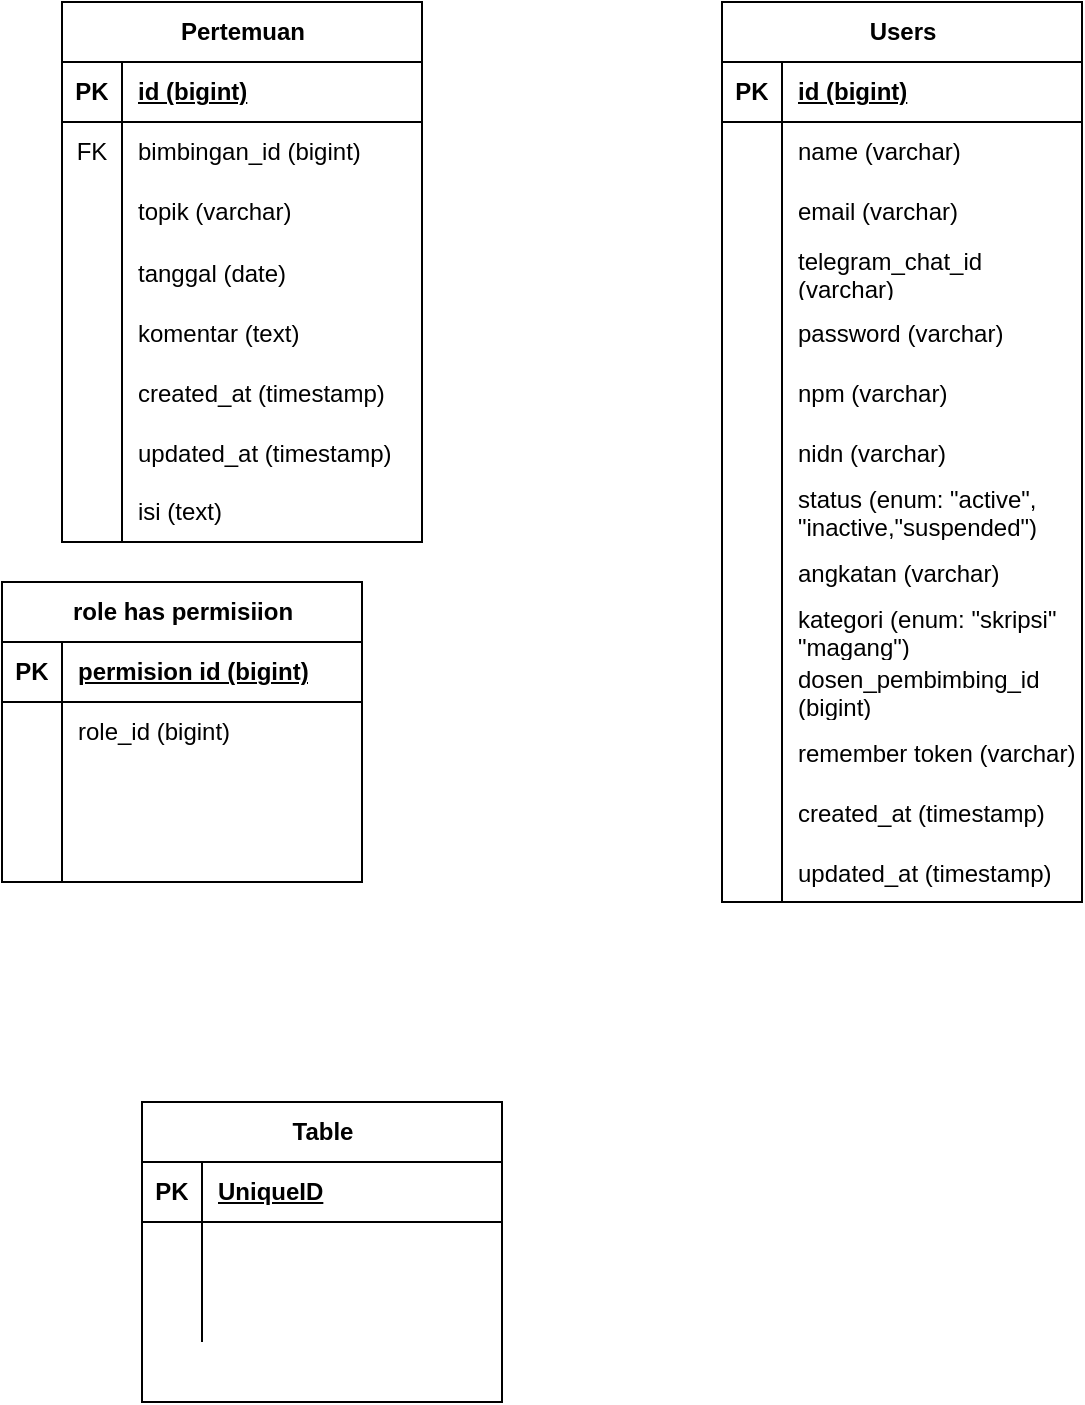
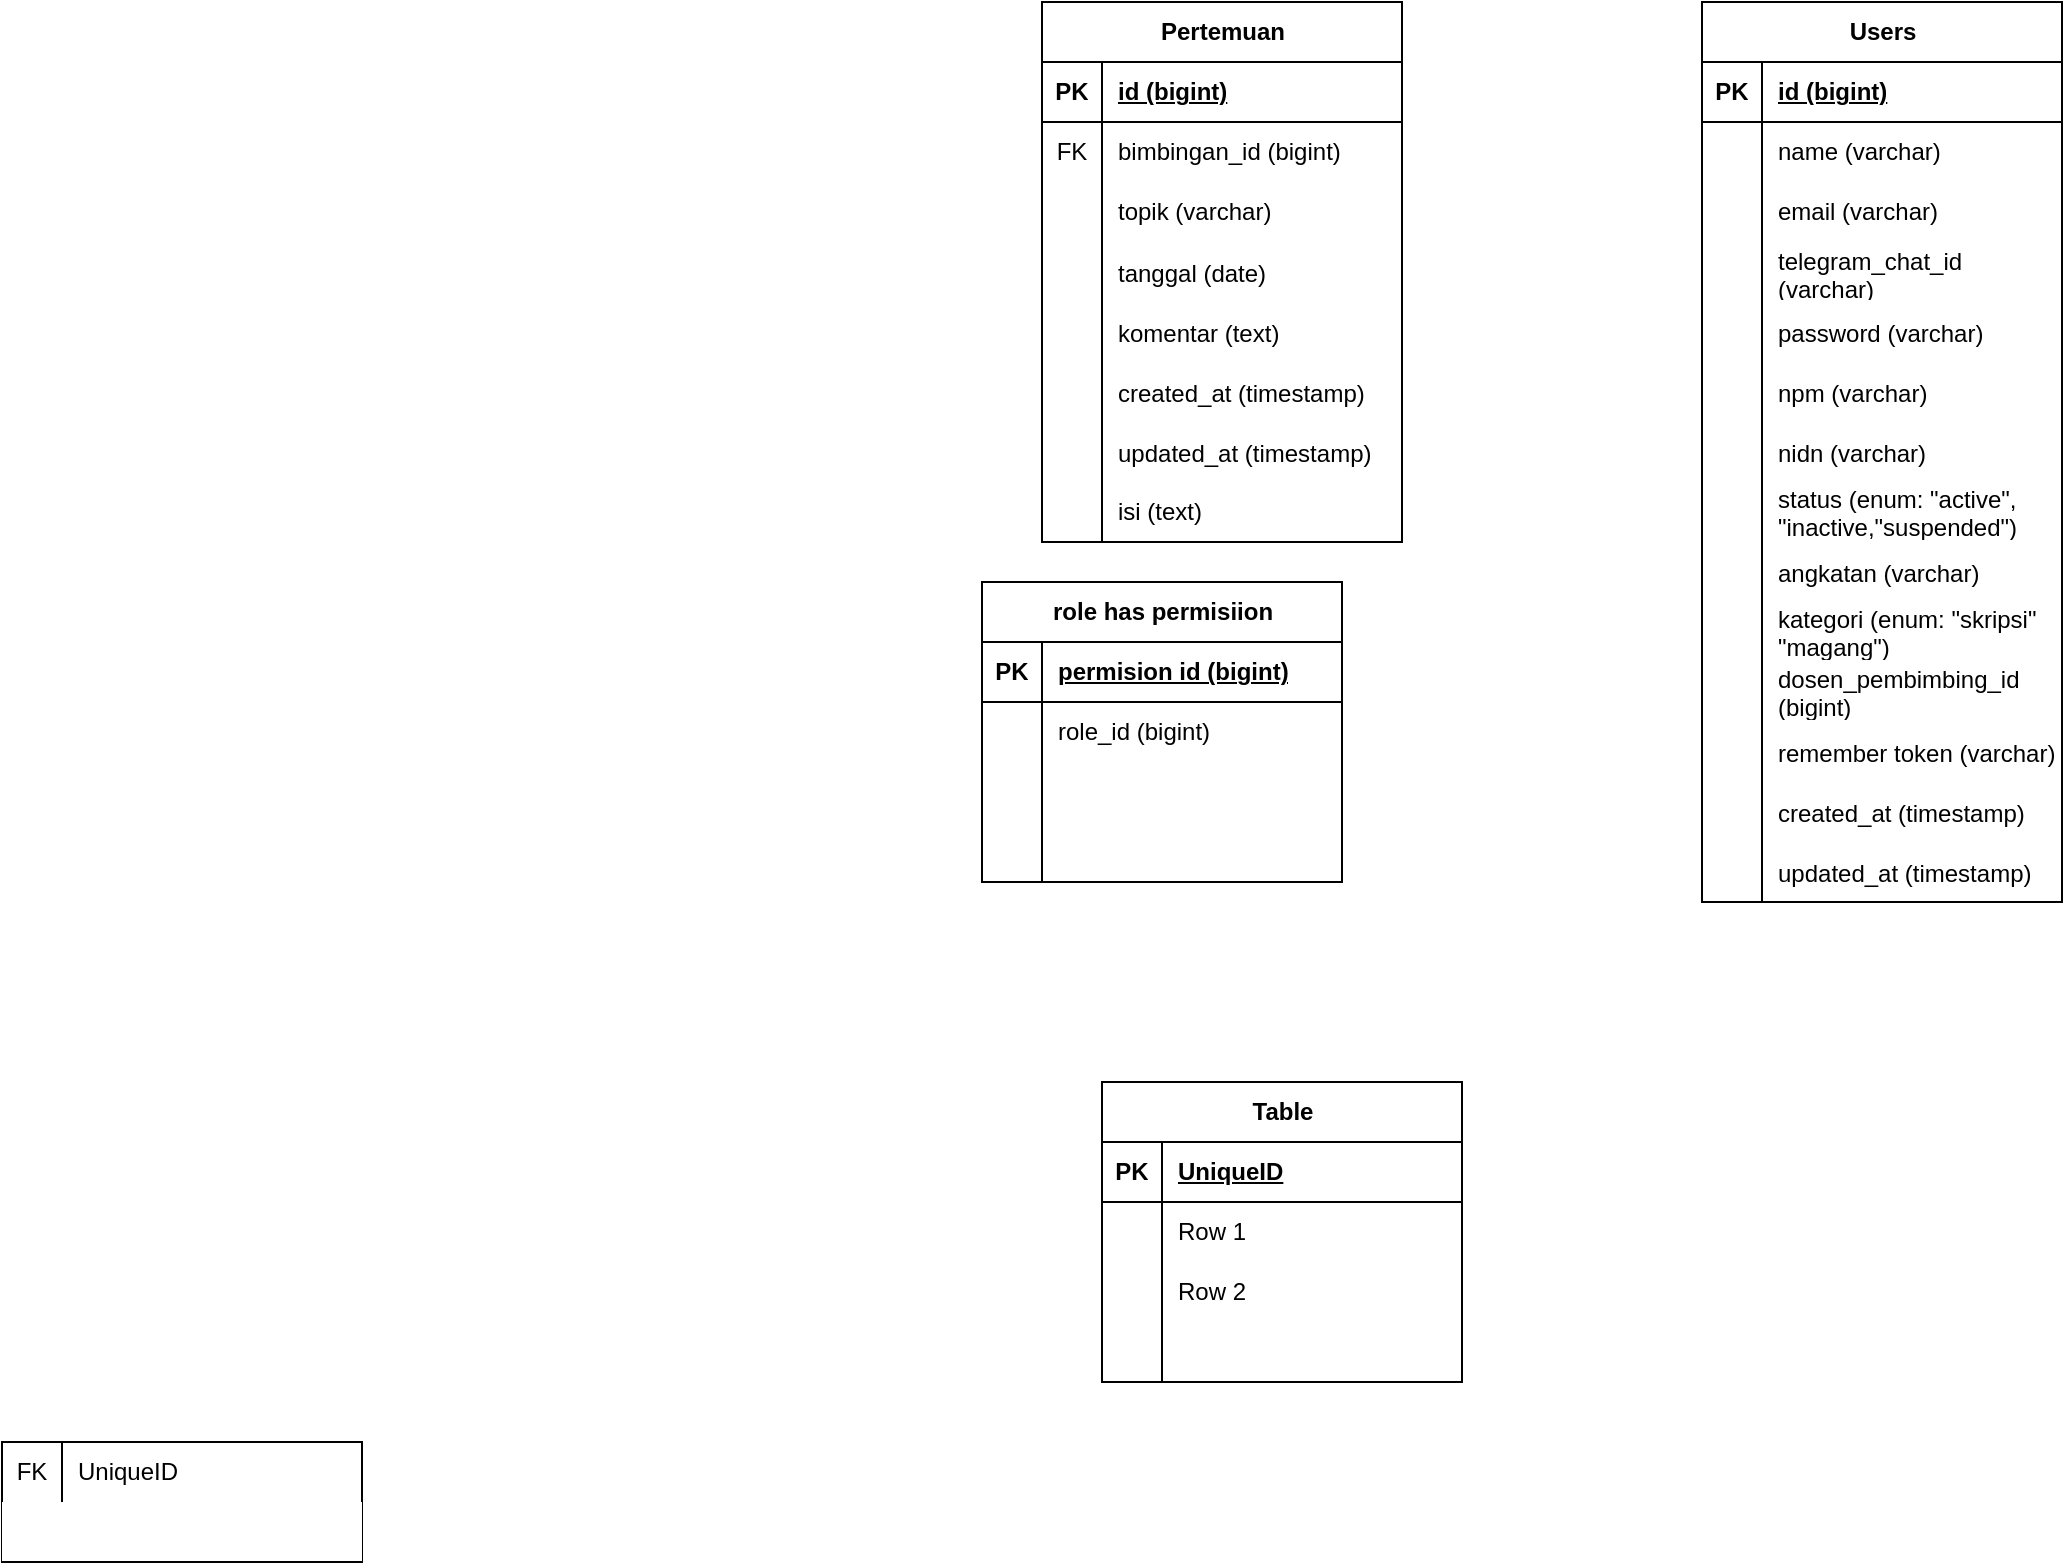
<mxfile host="app.diagrams.net" agent="5.0 (Windows NT 10.0; Win64; x64) AppleWebKit/537.36 (KHTML, like Gecko) Chrome/90.0.4430.212 Safari/537.36">
  <diagram name="Page-1" id="efa7a0a1-bf9b-a30e-e6df-94a7791c09e9">
-     <mxGraphModel dx="34" dy="412" grid="1" gridSize="10" guides="1" tooltips="1" connect="1" arrows="1" fold="1" page="1" pageScale="1" pageWidth="826" pageHeight="1169" background="none" math="0" shadow="0">
+     <mxGraphModel dx="2150" dy="1030" grid="1" gridSize="10" guides="1" tooltips="1" connect="1" arrows="1" fold="1" page="1" pageScale="1" pageWidth="826" pageHeight="1169" background="none" math="0" shadow="0">
      <root>
        <mxCell id="0" />
        <mxCell id="1" parent="0" />
        <mxCell id="91b5o-WArCg-NLdb8GTM-14" parent="1" style="shape=table;startSize=30;container=1;collapsible=1;childLayout=tableLayout;fixedRows=1;rowLines=0;fontStyle=1;align=center;resizeLast=1;html=1;" value="Users" vertex="1">
          <mxGeometry height="450" width="180" x="1380" y="110" as="geometry" />
        </mxCell>
        <mxCell id="91b5o-WArCg-NLdb8GTM-15" parent="91b5o-WArCg-NLdb8GTM-14" style="shape=tableRow;horizontal=0;startSize=0;swimlaneHead=0;swimlaneBody=0;fillColor=none;collapsible=0;dropTarget=0;points=[[0,0.5],[1,0.5]];portConstraint=eastwest;top=0;left=0;right=0;bottom=1;" value="" vertex="1">
          <mxGeometry height="30" width="180" y="30" as="geometry" />
        </mxCell>
        <mxCell id="91b5o-WArCg-NLdb8GTM-16" parent="91b5o-WArCg-NLdb8GTM-15" style="shape=partialRectangle;connectable=0;fillColor=none;top=0;left=0;bottom=0;right=0;fontStyle=1;overflow=hidden;whiteSpace=wrap;html=1;" value="PK" vertex="1">
          <mxGeometry height="30" width="30" as="geometry">
            <mxRectangle height="30" width="30" as="alternateBounds" />
          </mxGeometry>
        </mxCell>
        <mxCell id="91b5o-WArCg-NLdb8GTM-17" parent="91b5o-WArCg-NLdb8GTM-15" style="shape=partialRectangle;connectable=0;fillColor=none;top=0;left=0;bottom=0;right=0;align=left;spacingLeft=6;fontStyle=5;overflow=hidden;whiteSpace=wrap;html=1;" value="id (bigint)" vertex="1">
          <mxGeometry height="30" width="150" x="30" as="geometry">
            <mxRectangle height="30" width="150" as="alternateBounds" />
          </mxGeometry>
        </mxCell>
        <mxCell id="91b5o-WArCg-NLdb8GTM-18" parent="91b5o-WArCg-NLdb8GTM-14" style="shape=tableRow;horizontal=0;startSize=0;swimlaneHead=0;swimlaneBody=0;fillColor=none;collapsible=0;dropTarget=0;points=[[0,0.5],[1,0.5]];portConstraint=eastwest;top=0;left=0;right=0;bottom=0;" value="" vertex="1">
          <mxGeometry height="30" width="180" y="60" as="geometry" />
        </mxCell>
        <mxCell id="91b5o-WArCg-NLdb8GTM-19" parent="91b5o-WArCg-NLdb8GTM-18" style="shape=partialRectangle;connectable=0;fillColor=none;top=0;left=0;bottom=0;right=0;editable=1;overflow=hidden;whiteSpace=wrap;html=1;" value="" vertex="1">
          <mxGeometry height="30" width="30" as="geometry">
            <mxRectangle height="30" width="30" as="alternateBounds" />
          </mxGeometry>
        </mxCell>
        <mxCell id="91b5o-WArCg-NLdb8GTM-20" parent="91b5o-WArCg-NLdb8GTM-18" style="shape=partialRectangle;connectable=0;fillColor=none;top=0;left=0;bottom=0;right=0;align=left;spacingLeft=6;overflow=hidden;whiteSpace=wrap;html=1;" value="name (varchar)" vertex="1">
          <mxGeometry height="30" width="150" x="30" as="geometry">
            <mxRectangle height="30" width="150" as="alternateBounds" />
          </mxGeometry>
        </mxCell>
        <mxCell id="91b5o-WArCg-NLdb8GTM-21" parent="91b5o-WArCg-NLdb8GTM-14" style="shape=tableRow;horizontal=0;startSize=0;swimlaneHead=0;swimlaneBody=0;fillColor=none;collapsible=0;dropTarget=0;points=[[0,0.5],[1,0.5]];portConstraint=eastwest;top=0;left=0;right=0;bottom=0;" value="" vertex="1">
          <mxGeometry height="30" width="180" y="90" as="geometry" />
        </mxCell>
        <mxCell id="91b5o-WArCg-NLdb8GTM-22" parent="91b5o-WArCg-NLdb8GTM-21" style="shape=partialRectangle;connectable=0;fillColor=none;top=0;left=0;bottom=0;right=0;editable=1;overflow=hidden;whiteSpace=wrap;html=1;" value="" vertex="1">
          <mxGeometry height="30" width="30" as="geometry">
            <mxRectangle height="30" width="30" as="alternateBounds" />
          </mxGeometry>
        </mxCell>
        <mxCell id="91b5o-WArCg-NLdb8GTM-23" parent="91b5o-WArCg-NLdb8GTM-21" style="shape=partialRectangle;connectable=0;fillColor=none;top=0;left=0;bottom=0;right=0;align=left;spacingLeft=6;overflow=hidden;whiteSpace=wrap;html=1;" value="email (varchar)" vertex="1">
          <mxGeometry height="30" width="150" x="30" as="geometry">
            <mxRectangle height="30" width="150" as="alternateBounds" />
          </mxGeometry>
        </mxCell>
        <mxCell id="91b5o-WArCg-NLdb8GTM-24" parent="91b5o-WArCg-NLdb8GTM-14" style="shape=tableRow;horizontal=0;startSize=0;swimlaneHead=0;swimlaneBody=0;fillColor=none;collapsible=0;dropTarget=0;points=[[0,0.5],[1,0.5]];portConstraint=eastwest;top=0;left=0;right=0;bottom=0;" value="" vertex="1">
          <mxGeometry height="30" width="180" y="120" as="geometry" />
        </mxCell>
        <mxCell id="91b5o-WArCg-NLdb8GTM-25" parent="91b5o-WArCg-NLdb8GTM-24" style="shape=partialRectangle;connectable=0;fillColor=none;top=0;left=0;bottom=0;right=0;editable=1;overflow=hidden;whiteSpace=wrap;html=1;" value="" vertex="1">
          <mxGeometry height="30" width="30" as="geometry">
            <mxRectangle height="30" width="30" as="alternateBounds" />
          </mxGeometry>
        </mxCell>
        <mxCell id="91b5o-WArCg-NLdb8GTM-26" parent="91b5o-WArCg-NLdb8GTM-24" style="shape=partialRectangle;connectable=0;fillColor=none;top=0;left=0;bottom=0;right=0;align=left;spacingLeft=6;overflow=hidden;whiteSpace=wrap;html=1;" value="telegram_chat_id (varchar)" vertex="1">
          <mxGeometry height="30" width="150" x="30" as="geometry">
            <mxRectangle height="30" width="150" as="alternateBounds" />
          </mxGeometry>
        </mxCell>
        <mxCell id="91b5o-WArCg-NLdb8GTM-48" parent="91b5o-WArCg-NLdb8GTM-14" style="shape=tableRow;horizontal=0;startSize=0;swimlaneHead=0;swimlaneBody=0;fillColor=none;collapsible=0;dropTarget=0;points=[[0,0.5],[1,0.5]];portConstraint=eastwest;top=0;left=0;right=0;bottom=0;" value="" vertex="1">
          <mxGeometry height="30" width="180" y="150" as="geometry" />
        </mxCell>
        <mxCell id="91b5o-WArCg-NLdb8GTM-49" parent="91b5o-WArCg-NLdb8GTM-48" style="shape=partialRectangle;connectable=0;fillColor=none;top=0;left=0;bottom=0;right=0;editable=1;overflow=hidden;" value="" vertex="1">
          <mxGeometry height="30" width="30" as="geometry">
            <mxRectangle height="30" width="30" as="alternateBounds" />
          </mxGeometry>
        </mxCell>
        <mxCell id="91b5o-WArCg-NLdb8GTM-50" parent="91b5o-WArCg-NLdb8GTM-48" style="shape=partialRectangle;connectable=0;fillColor=none;top=0;left=0;bottom=0;right=0;align=left;spacingLeft=6;overflow=hidden;" value="password (varchar)" vertex="1">
          <mxGeometry height="30" width="150" x="30" as="geometry">
            <mxRectangle height="30" width="150" as="alternateBounds" />
          </mxGeometry>
        </mxCell>
        <mxCell id="91b5o-WArCg-NLdb8GTM-51" parent="91b5o-WArCg-NLdb8GTM-14" style="shape=tableRow;horizontal=0;startSize=0;swimlaneHead=0;swimlaneBody=0;fillColor=none;collapsible=0;dropTarget=0;points=[[0,0.5],[1,0.5]];portConstraint=eastwest;top=0;left=0;right=0;bottom=0;" value="" vertex="1">
          <mxGeometry height="30" width="180" y="180" as="geometry" />
        </mxCell>
        <mxCell id="91b5o-WArCg-NLdb8GTM-52" parent="91b5o-WArCg-NLdb8GTM-51" style="shape=partialRectangle;connectable=0;fillColor=none;top=0;left=0;bottom=0;right=0;editable=1;overflow=hidden;" value="" vertex="1">
          <mxGeometry height="30" width="30" as="geometry">
            <mxRectangle height="30" width="30" as="alternateBounds" />
          </mxGeometry>
        </mxCell>
        <mxCell id="91b5o-WArCg-NLdb8GTM-53" parent="91b5o-WArCg-NLdb8GTM-51" style="shape=partialRectangle;connectable=0;fillColor=none;top=0;left=0;bottom=0;right=0;align=left;spacingLeft=6;overflow=hidden;" value="npm (varchar)" vertex="1">
          <mxGeometry height="30" width="150" x="30" as="geometry">
            <mxRectangle height="30" width="150" as="alternateBounds" />
          </mxGeometry>
        </mxCell>
        <mxCell id="91b5o-WArCg-NLdb8GTM-54" parent="91b5o-WArCg-NLdb8GTM-14" style="shape=tableRow;horizontal=0;startSize=0;swimlaneHead=0;swimlaneBody=0;fillColor=none;collapsible=0;dropTarget=0;points=[[0,0.5],[1,0.5]];portConstraint=eastwest;top=0;left=0;right=0;bottom=0;" value="" vertex="1">
          <mxGeometry height="30" width="180" y="210" as="geometry" />
        </mxCell>
        <mxCell id="91b5o-WArCg-NLdb8GTM-55" parent="91b5o-WArCg-NLdb8GTM-54" style="shape=partialRectangle;connectable=0;fillColor=none;top=0;left=0;bottom=0;right=0;editable=1;overflow=hidden;" value="" vertex="1">
          <mxGeometry height="30" width="30" as="geometry">
            <mxRectangle height="30" width="30" as="alternateBounds" />
          </mxGeometry>
        </mxCell>
        <mxCell id="91b5o-WArCg-NLdb8GTM-56" parent="91b5o-WArCg-NLdb8GTM-54" style="shape=partialRectangle;connectable=0;fillColor=none;top=0;left=0;bottom=0;right=0;align=left;spacingLeft=6;overflow=hidden;" value="nidn (varchar)" vertex="1">
          <mxGeometry height="30" width="150" x="30" as="geometry">
            <mxRectangle height="30" width="150" as="alternateBounds" />
          </mxGeometry>
        </mxCell>
        <mxCell id="91b5o-WArCg-NLdb8GTM-45" parent="91b5o-WArCg-NLdb8GTM-14" style="shape=tableRow;horizontal=0;startSize=0;swimlaneHead=0;swimlaneBody=0;fillColor=none;collapsible=0;dropTarget=0;points=[[0,0.5],[1,0.5]];portConstraint=eastwest;top=0;left=0;right=0;bottom=0;" value="" vertex="1">
          <mxGeometry height="30" width="180" y="240" as="geometry" />
        </mxCell>
        <mxCell id="91b5o-WArCg-NLdb8GTM-46" parent="91b5o-WArCg-NLdb8GTM-45" style="shape=partialRectangle;connectable=0;fillColor=none;top=0;left=0;bottom=0;right=0;editable=1;overflow=hidden;" value="" vertex="1">
          <mxGeometry height="30" width="30" as="geometry">
            <mxRectangle height="30" width="30" as="alternateBounds" />
          </mxGeometry>
        </mxCell>
        <mxCell id="91b5o-WArCg-NLdb8GTM-47" parent="91b5o-WArCg-NLdb8GTM-45" style="shape=partialRectangle;connectable=0;fillColor=none;top=0;left=0;bottom=0;right=0;align=left;spacingLeft=6;overflow=hidden;" value="status (enum: &quot;active&quot;,&#xa;&quot;inactive,&quot;suspended&quot;)" vertex="1">
          <mxGeometry height="30" width="150" x="30" as="geometry">
            <mxRectangle height="30" width="150" as="alternateBounds" />
          </mxGeometry>
        </mxCell>
        <mxCell id="91b5o-WArCg-NLdb8GTM-42" parent="91b5o-WArCg-NLdb8GTM-14" style="shape=tableRow;horizontal=0;startSize=0;swimlaneHead=0;swimlaneBody=0;fillColor=none;collapsible=0;dropTarget=0;points=[[0,0.5],[1,0.5]];portConstraint=eastwest;top=0;left=0;right=0;bottom=0;" value="" vertex="1">
          <mxGeometry height="30" width="180" y="270" as="geometry" />
        </mxCell>
        <mxCell id="91b5o-WArCg-NLdb8GTM-43" parent="91b5o-WArCg-NLdb8GTM-42" style="shape=partialRectangle;connectable=0;fillColor=none;top=0;left=0;bottom=0;right=0;editable=1;overflow=hidden;" value="" vertex="1">
          <mxGeometry height="30" width="30" as="geometry">
            <mxRectangle height="30" width="30" as="alternateBounds" />
          </mxGeometry>
        </mxCell>
        <mxCell id="91b5o-WArCg-NLdb8GTM-44" parent="91b5o-WArCg-NLdb8GTM-42" style="shape=partialRectangle;connectable=0;fillColor=none;top=0;left=0;bottom=0;right=0;align=left;spacingLeft=6;overflow=hidden;" value="angkatan (varchar)" vertex="1">
          <mxGeometry height="30" width="150" x="30" as="geometry">
            <mxRectangle height="30" width="150" as="alternateBounds" />
          </mxGeometry>
        </mxCell>
        <mxCell id="91b5o-WArCg-NLdb8GTM-60" parent="91b5o-WArCg-NLdb8GTM-14" style="shape=tableRow;horizontal=0;startSize=0;swimlaneHead=0;swimlaneBody=0;fillColor=none;collapsible=0;dropTarget=0;points=[[0,0.5],[1,0.5]];portConstraint=eastwest;top=0;left=0;right=0;bottom=0;" value="" vertex="1">
          <mxGeometry height="30" width="180" y="300" as="geometry" />
        </mxCell>
        <mxCell id="91b5o-WArCg-NLdb8GTM-61" parent="91b5o-WArCg-NLdb8GTM-60" style="shape=partialRectangle;connectable=0;fillColor=none;top=0;left=0;bottom=0;right=0;editable=1;overflow=hidden;" value="" vertex="1">
          <mxGeometry height="30" width="30" as="geometry">
            <mxRectangle height="30" width="30" as="alternateBounds" />
          </mxGeometry>
        </mxCell>
        <mxCell id="91b5o-WArCg-NLdb8GTM-62" parent="91b5o-WArCg-NLdb8GTM-60" style="shape=partialRectangle;connectable=0;fillColor=none;top=0;left=0;bottom=0;right=0;align=left;spacingLeft=6;overflow=hidden;" value="kategori (enum: &quot;skripsi&quot;&#xa;&quot;magang&quot;)" vertex="1">
          <mxGeometry height="30" width="150" x="30" as="geometry">
            <mxRectangle height="30" width="150" as="alternateBounds" />
          </mxGeometry>
        </mxCell>
        <mxCell id="91b5o-WArCg-NLdb8GTM-63" parent="91b5o-WArCg-NLdb8GTM-14" style="shape=tableRow;horizontal=0;startSize=0;swimlaneHead=0;swimlaneBody=0;fillColor=none;collapsible=0;dropTarget=0;points=[[0,0.5],[1,0.5]];portConstraint=eastwest;top=0;left=0;right=0;bottom=0;" value="" vertex="1">
          <mxGeometry height="30" width="180" y="330" as="geometry" />
        </mxCell>
        <mxCell id="91b5o-WArCg-NLdb8GTM-64" parent="91b5o-WArCg-NLdb8GTM-63" style="shape=partialRectangle;connectable=0;fillColor=none;top=0;left=0;bottom=0;right=0;editable=1;overflow=hidden;" value="" vertex="1">
          <mxGeometry height="30" width="30" as="geometry">
            <mxRectangle height="30" width="30" as="alternateBounds" />
          </mxGeometry>
        </mxCell>
        <mxCell id="91b5o-WArCg-NLdb8GTM-65" parent="91b5o-WArCg-NLdb8GTM-63" style="shape=partialRectangle;connectable=0;fillColor=none;top=0;left=0;bottom=0;right=0;align=left;spacingLeft=6;overflow=hidden;" value="dosen_pembimbing_id &#xa;(bigint)" vertex="1">
          <mxGeometry height="30" width="150" x="30" as="geometry">
            <mxRectangle height="30" width="150" as="alternateBounds" />
          </mxGeometry>
        </mxCell>
        <mxCell id="91b5o-WArCg-NLdb8GTM-57" parent="91b5o-WArCg-NLdb8GTM-14" style="shape=tableRow;horizontal=0;startSize=0;swimlaneHead=0;swimlaneBody=0;fillColor=none;collapsible=0;dropTarget=0;points=[[0,0.5],[1,0.5]];portConstraint=eastwest;top=0;left=0;right=0;bottom=0;" value="" vertex="1">
          <mxGeometry height="30" width="180" y="360" as="geometry" />
        </mxCell>
        <mxCell id="91b5o-WArCg-NLdb8GTM-58" parent="91b5o-WArCg-NLdb8GTM-57" style="shape=partialRectangle;connectable=0;fillColor=none;top=0;left=0;bottom=0;right=0;editable=1;overflow=hidden;" value="" vertex="1">
          <mxGeometry height="30" width="30" as="geometry">
            <mxRectangle height="30" width="30" as="alternateBounds" />
          </mxGeometry>
        </mxCell>
        <mxCell id="91b5o-WArCg-NLdb8GTM-59" parent="91b5o-WArCg-NLdb8GTM-57" style="shape=partialRectangle;connectable=0;fillColor=none;top=0;left=0;bottom=0;right=0;align=left;spacingLeft=6;overflow=hidden;" value="remember token (varchar)" vertex="1">
          <mxGeometry height="30" width="150" x="30" as="geometry">
            <mxRectangle height="30" width="150" as="alternateBounds" />
          </mxGeometry>
        </mxCell>
        <mxCell id="91b5o-WArCg-NLdb8GTM-39" parent="91b5o-WArCg-NLdb8GTM-14" style="shape=tableRow;horizontal=0;startSize=0;swimlaneHead=0;swimlaneBody=0;fillColor=none;collapsible=0;dropTarget=0;points=[[0,0.5],[1,0.5]];portConstraint=eastwest;top=0;left=0;right=0;bottom=0;" value="" vertex="1">
          <mxGeometry height="30" width="180" y="390" as="geometry" />
        </mxCell>
        <mxCell id="91b5o-WArCg-NLdb8GTM-40" parent="91b5o-WArCg-NLdb8GTM-39" style="shape=partialRectangle;connectable=0;fillColor=none;top=0;left=0;bottom=0;right=0;editable=1;overflow=hidden;" value="" vertex="1">
          <mxGeometry height="30" width="30" as="geometry">
            <mxRectangle height="30" width="30" as="alternateBounds" />
          </mxGeometry>
        </mxCell>
        <mxCell id="91b5o-WArCg-NLdb8GTM-41" parent="91b5o-WArCg-NLdb8GTM-39" style="shape=partialRectangle;connectable=0;fillColor=none;top=0;left=0;bottom=0;right=0;align=left;spacingLeft=6;overflow=hidden;" value="created_at (timestamp)" vertex="1">
          <mxGeometry height="30" width="150" x="30" as="geometry">
            <mxRectangle height="30" width="150" as="alternateBounds" />
          </mxGeometry>
        </mxCell>
        <mxCell id="91b5o-WArCg-NLdb8GTM-66" parent="91b5o-WArCg-NLdb8GTM-14" style="shape=tableRow;horizontal=0;startSize=0;swimlaneHead=0;swimlaneBody=0;fillColor=none;collapsible=0;dropTarget=0;points=[[0,0.5],[1,0.5]];portConstraint=eastwest;top=0;left=0;right=0;bottom=0;" value="" vertex="1">
          <mxGeometry height="30" width="180" y="420" as="geometry" />
        </mxCell>
        <mxCell id="91b5o-WArCg-NLdb8GTM-67" parent="91b5o-WArCg-NLdb8GTM-66" style="shape=partialRectangle;connectable=0;fillColor=none;top=0;left=0;bottom=0;right=0;editable=1;overflow=hidden;" value="" vertex="1">
          <mxGeometry height="30" width="30" as="geometry">
            <mxRectangle height="30" width="30" as="alternateBounds" />
          </mxGeometry>
        </mxCell>
        <mxCell id="91b5o-WArCg-NLdb8GTM-68" parent="91b5o-WArCg-NLdb8GTM-66" style="shape=partialRectangle;connectable=0;fillColor=none;top=0;left=0;bottom=0;right=0;align=left;spacingLeft=6;overflow=hidden;" value="updated_at (timestamp)" vertex="1">
          <mxGeometry height="30" width="150" x="30" as="geometry">
            <mxRectangle height="30" width="150" as="alternateBounds" />
          </mxGeometry>
        </mxCell>
        <mxCell id="91b5o-WArCg-NLdb8GTM-1" parent="1" style="shape=table;startSize=30;container=1;collapsible=1;childLayout=tableLayout;fixedRows=1;rowLines=0;fontStyle=1;align=center;resizeLast=1;html=1;" value="Pertemuan" vertex="1">
          <mxGeometry height="270" width="180" x="1050" y="110" as="geometry" />
        </mxCell>
        <mxCell id="91b5o-WArCg-NLdb8GTM-2" parent="91b5o-WArCg-NLdb8GTM-1" style="shape=tableRow;horizontal=0;startSize=0;swimlaneHead=0;swimlaneBody=0;fillColor=none;collapsible=0;dropTarget=0;points=[[0,0.5],[1,0.5]];portConstraint=eastwest;top=0;left=0;right=0;bottom=1;" value="" vertex="1">
          <mxGeometry height="30" width="180" y="30" as="geometry" />
        </mxCell>
        <mxCell id="91b5o-WArCg-NLdb8GTM-3" parent="91b5o-WArCg-NLdb8GTM-2" style="shape=partialRectangle;connectable=0;fillColor=none;top=0;left=0;bottom=0;right=0;fontStyle=1;overflow=hidden;whiteSpace=wrap;html=1;" value="PK" vertex="1">
          <mxGeometry height="30" width="30" as="geometry">
            <mxRectangle height="30" width="30" as="alternateBounds" />
          </mxGeometry>
        </mxCell>
        <mxCell id="91b5o-WArCg-NLdb8GTM-4" parent="91b5o-WArCg-NLdb8GTM-2" style="shape=partialRectangle;connectable=0;fillColor=none;top=0;left=0;bottom=0;right=0;align=left;spacingLeft=6;fontStyle=5;overflow=hidden;whiteSpace=wrap;html=1;" value="id (bigint)" vertex="1">
          <mxGeometry height="30" width="150" x="30" as="geometry">
            <mxRectangle height="30" width="150" as="alternateBounds" />
          </mxGeometry>
        </mxCell>
        <mxCell id="91b5o-WArCg-NLdb8GTM-5" parent="91b5o-WArCg-NLdb8GTM-1" style="shape=tableRow;horizontal=0;startSize=0;swimlaneHead=0;swimlaneBody=0;fillColor=none;collapsible=0;dropTarget=0;points=[[0,0.5],[1,0.5]];portConstraint=eastwest;top=0;left=0;right=0;bottom=0;" value="" vertex="1">
          <mxGeometry height="30" width="180" y="60" as="geometry" />
        </mxCell>
        <mxCell id="91b5o-WArCg-NLdb8GTM-6" parent="91b5o-WArCg-NLdb8GTM-5" style="shape=partialRectangle;connectable=0;fillColor=none;top=0;left=0;bottom=0;right=0;editable=1;overflow=hidden;whiteSpace=wrap;html=1;" value="FK" vertex="1">
          <mxGeometry height="30" width="30" as="geometry">
            <mxRectangle height="30" width="30" as="alternateBounds" />
          </mxGeometry>
        </mxCell>
        <mxCell id="91b5o-WArCg-NLdb8GTM-7" parent="91b5o-WArCg-NLdb8GTM-5" style="shape=partialRectangle;connectable=0;fillColor=none;top=0;left=0;bottom=0;right=0;align=left;spacingLeft=6;overflow=hidden;whiteSpace=wrap;html=1;" value="bimbingan_id (bigint)" vertex="1">
          <mxGeometry height="30" width="150" x="30" as="geometry">
            <mxRectangle height="30" width="150" as="alternateBounds" />
          </mxGeometry>
        </mxCell>
        <mxCell id="91b5o-WArCg-NLdb8GTM-8" parent="91b5o-WArCg-NLdb8GTM-1" style="shape=tableRow;horizontal=0;startSize=0;swimlaneHead=0;swimlaneBody=0;fillColor=none;collapsible=0;dropTarget=0;points=[[0,0.5],[1,0.5]];portConstraint=eastwest;top=0;left=0;right=0;bottom=0;" value="" vertex="1">
          <mxGeometry height="30" width="180" y="90" as="geometry" />
        </mxCell>
        <mxCell id="91b5o-WArCg-NLdb8GTM-9" parent="91b5o-WArCg-NLdb8GTM-8" style="shape=partialRectangle;connectable=0;fillColor=none;top=0;left=0;bottom=0;right=0;editable=1;overflow=hidden;whiteSpace=wrap;html=1;" value="" vertex="1">
          <mxGeometry height="30" width="30" as="geometry">
            <mxRectangle height="30" width="30" as="alternateBounds" />
          </mxGeometry>
        </mxCell>
        <mxCell id="91b5o-WArCg-NLdb8GTM-10" parent="91b5o-WArCg-NLdb8GTM-8" style="shape=partialRectangle;connectable=0;fillColor=none;top=0;left=0;bottom=0;right=0;align=left;spacingLeft=6;overflow=hidden;whiteSpace=wrap;html=1;" value="topik (varchar)" vertex="1">
          <mxGeometry height="30" width="150" x="30" as="geometry">
            <mxRectangle height="30" width="150" as="alternateBounds" />
          </mxGeometry>
        </mxCell>
        <mxCell id="91b5o-WArCg-NLdb8GTM-30" parent="91b5o-WArCg-NLdb8GTM-1" style="shape=tableRow;horizontal=0;startSize=0;swimlaneHead=0;swimlaneBody=0;fillColor=none;collapsible=0;dropTarget=0;points=[[0,0.5],[1,0.5]];portConstraint=eastwest;top=0;left=0;right=0;bottom=0;" value="" vertex="1">
          <mxGeometry height="30" width="180" y="120" as="geometry" />
        </mxCell>
        <mxCell id="91b5o-WArCg-NLdb8GTM-31" parent="91b5o-WArCg-NLdb8GTM-30" style="shape=partialRectangle;connectable=0;fillColor=none;top=0;left=0;bottom=0;right=0;editable=1;overflow=hidden;" value="" vertex="1">
          <mxGeometry height="30" width="30" as="geometry">
            <mxRectangle height="30" width="30" as="alternateBounds" />
          </mxGeometry>
        </mxCell>
        <mxCell id="91b5o-WArCg-NLdb8GTM-32" parent="91b5o-WArCg-NLdb8GTM-30" style="shape=partialRectangle;connectable=0;fillColor=none;top=0;left=0;bottom=0;right=0;align=left;spacingLeft=6;overflow=hidden;" value="tanggal (date)" vertex="1">
          <mxGeometry height="30" width="150" x="30" as="geometry">
            <mxRectangle height="30" width="150" as="alternateBounds" />
          </mxGeometry>
        </mxCell>
        <mxCell id="91b5o-WArCg-NLdb8GTM-33" parent="91b5o-WArCg-NLdb8GTM-1" style="shape=tableRow;horizontal=0;startSize=0;swimlaneHead=0;swimlaneBody=0;fillColor=none;collapsible=0;dropTarget=0;points=[[0,0.5],[1,0.5]];portConstraint=eastwest;top=0;left=0;right=0;bottom=0;" value="" vertex="1">
          <mxGeometry height="30" width="180" y="150" as="geometry" />
        </mxCell>
        <mxCell id="91b5o-WArCg-NLdb8GTM-34" parent="91b5o-WArCg-NLdb8GTM-33" style="shape=partialRectangle;connectable=0;fillColor=none;top=0;left=0;bottom=0;right=0;editable=1;overflow=hidden;" value="" vertex="1">
          <mxGeometry height="30" width="30" as="geometry">
            <mxRectangle height="30" width="30" as="alternateBounds" />
          </mxGeometry>
        </mxCell>
        <mxCell id="91b5o-WArCg-NLdb8GTM-35" parent="91b5o-WArCg-NLdb8GTM-33" style="shape=partialRectangle;connectable=0;fillColor=none;top=0;left=0;bottom=0;right=0;align=left;spacingLeft=6;overflow=hidden;" value="komentar (text)" vertex="1">
          <mxGeometry height="30" width="150" x="30" as="geometry">
            <mxRectangle height="30" width="150" as="alternateBounds" />
          </mxGeometry>
        </mxCell>
        <mxCell id="91b5o-WArCg-NLdb8GTM-36" parent="91b5o-WArCg-NLdb8GTM-1" style="shape=tableRow;horizontal=0;startSize=0;swimlaneHead=0;swimlaneBody=0;fillColor=none;collapsible=0;dropTarget=0;points=[[0,0.5],[1,0.5]];portConstraint=eastwest;top=0;left=0;right=0;bottom=0;" value="" vertex="1">
          <mxGeometry height="30" width="180" y="180" as="geometry" />
        </mxCell>
        <mxCell id="91b5o-WArCg-NLdb8GTM-37" parent="91b5o-WArCg-NLdb8GTM-36" style="shape=partialRectangle;connectable=0;fillColor=none;top=0;left=0;bottom=0;right=0;editable=1;overflow=hidden;" value="" vertex="1">
          <mxGeometry height="30" width="30" as="geometry">
            <mxRectangle height="30" width="30" as="alternateBounds" />
          </mxGeometry>
        </mxCell>
        <mxCell id="91b5o-WArCg-NLdb8GTM-38" parent="91b5o-WArCg-NLdb8GTM-36" style="shape=partialRectangle;connectable=0;fillColor=none;top=0;left=0;bottom=0;right=0;align=left;spacingLeft=6;overflow=hidden;" value="created_at (timestamp)" vertex="1">
          <mxGeometry height="30" width="150" x="30" as="geometry">
            <mxRectangle height="30" width="150" as="alternateBounds" />
          </mxGeometry>
        </mxCell>
        <mxCell id="91b5o-WArCg-NLdb8GTM-27" parent="91b5o-WArCg-NLdb8GTM-1" style="shape=tableRow;horizontal=0;startSize=0;swimlaneHead=0;swimlaneBody=0;fillColor=none;collapsible=0;dropTarget=0;points=[[0,0.5],[1,0.5]];portConstraint=eastwest;top=0;left=0;right=0;bottom=0;" value="" vertex="1">
          <mxGeometry height="30" width="180" y="210" as="geometry" />
        </mxCell>
        <mxCell id="91b5o-WArCg-NLdb8GTM-28" parent="91b5o-WArCg-NLdb8GTM-27" style="shape=partialRectangle;connectable=0;fillColor=none;top=0;left=0;bottom=0;right=0;editable=1;overflow=hidden;" value="" vertex="1">
          <mxGeometry height="30" width="30" as="geometry">
            <mxRectangle height="30" width="30" as="alternateBounds" />
          </mxGeometry>
        </mxCell>
        <mxCell id="91b5o-WArCg-NLdb8GTM-29" parent="91b5o-WArCg-NLdb8GTM-27" style="shape=partialRectangle;connectable=0;fillColor=none;top=0;left=0;bottom=0;right=0;align=left;spacingLeft=6;overflow=hidden;" value="updated_at (timestamp)" vertex="1">
          <mxGeometry height="30" width="150" x="30" as="geometry">
            <mxRectangle height="30" width="150" as="alternateBounds" />
          </mxGeometry>
        </mxCell>
        <mxCell id="91b5o-WArCg-NLdb8GTM-11" parent="91b5o-WArCg-NLdb8GTM-1" style="shape=tableRow;horizontal=0;startSize=0;swimlaneHead=0;swimlaneBody=0;fillColor=none;collapsible=0;dropTarget=0;points=[[0,0.5],[1,0.5]];portConstraint=eastwest;top=0;left=0;right=0;bottom=0;" value="" vertex="1">
          <mxGeometry height="30" width="180" y="240" as="geometry" />
        </mxCell>
        <mxCell id="91b5o-WArCg-NLdb8GTM-12" parent="91b5o-WArCg-NLdb8GTM-11" style="shape=partialRectangle;connectable=0;fillColor=none;top=0;left=0;bottom=0;right=0;editable=1;overflow=hidden;whiteSpace=wrap;html=1;" value="" vertex="1">
          <mxGeometry height="30" width="30" as="geometry">
            <mxRectangle height="30" width="30" as="alternateBounds" />
          </mxGeometry>
        </mxCell>
        <mxCell id="91b5o-WArCg-NLdb8GTM-13" parent="91b5o-WArCg-NLdb8GTM-11" style="shape=partialRectangle;connectable=0;fillColor=none;top=0;left=0;bottom=0;right=0;align=left;spacingLeft=6;overflow=hidden;whiteSpace=wrap;html=1;" value="isi (text)" vertex="1">
          <mxGeometry height="30" width="150" x="30" as="geometry">
            <mxRectangle height="30" width="150" as="alternateBounds" />
          </mxGeometry>
        </mxCell>
        <mxCell id="91b5o-WArCg-NLdb8GTM-82" parent="1" style="shape=table;startSize=30;container=1;collapsible=1;childLayout=tableLayout;fixedRows=1;rowLines=0;fontStyle=1;align=center;resizeLast=1;html=1;swimlaneFillColor=default;" value="role has permisiion" vertex="1">
          <mxGeometry height="150" width="180" x="1020" y="400" as="geometry">
            <mxRectangle height="30" width="140" x="1020" y="400" as="alternateBounds" />
          </mxGeometry>
        </mxCell>
        <mxCell id="91b5o-WArCg-NLdb8GTM-83" parent="91b5o-WArCg-NLdb8GTM-82" style="shape=tableRow;horizontal=0;startSize=0;swimlaneHead=0;swimlaneBody=0;fillColor=none;collapsible=0;dropTarget=0;points=[[0,0.5],[1,0.5]];portConstraint=eastwest;top=0;left=0;right=0;bottom=1;" value="" vertex="1">
          <mxGeometry height="30" width="180" y="30" as="geometry" />
        </mxCell>
        <mxCell id="91b5o-WArCg-NLdb8GTM-84" parent="91b5o-WArCg-NLdb8GTM-83" style="shape=partialRectangle;connectable=0;fillColor=none;top=0;left=0;bottom=0;right=0;fontStyle=1;overflow=hidden;whiteSpace=wrap;html=1;" value="PK" vertex="1">
          <mxGeometry height="30" width="30" as="geometry">
            <mxRectangle height="30" width="30" as="alternateBounds" />
          </mxGeometry>
        </mxCell>
        <mxCell id="91b5o-WArCg-NLdb8GTM-85" parent="91b5o-WArCg-NLdb8GTM-83" style="shape=partialRectangle;connectable=0;fillColor=none;top=0;left=0;bottom=0;right=0;align=left;spacingLeft=6;fontStyle=5;overflow=hidden;whiteSpace=wrap;html=1;" value="permision id (bigint)" vertex="1">
          <mxGeometry height="30" width="150" x="30" as="geometry">
            <mxRectangle height="30" width="150" as="alternateBounds" />
          </mxGeometry>
        </mxCell>
        <mxCell id="91b5o-WArCg-NLdb8GTM-86" parent="91b5o-WArCg-NLdb8GTM-82" style="shape=tableRow;horizontal=0;startSize=0;swimlaneHead=0;swimlaneBody=0;fillColor=none;collapsible=0;dropTarget=0;points=[[0,0.5],[1,0.5]];portConstraint=eastwest;top=0;left=0;right=0;bottom=0;" value="" vertex="1">
          <mxGeometry height="30" width="180" y="60" as="geometry" />
        </mxCell>
        <mxCell id="91b5o-WArCg-NLdb8GTM-87" parent="91b5o-WArCg-NLdb8GTM-86" style="shape=partialRectangle;connectable=0;fillColor=none;top=0;left=0;bottom=0;right=0;editable=1;overflow=hidden;whiteSpace=wrap;html=1;" value="" vertex="1">
          <mxGeometry height="30" width="30" as="geometry">
            <mxRectangle height="30" width="30" as="alternateBounds" />
          </mxGeometry>
        </mxCell>
        <mxCell id="91b5o-WArCg-NLdb8GTM-88" parent="91b5o-WArCg-NLdb8GTM-86" style="shape=partialRectangle;connectable=0;fillColor=none;top=0;left=0;bottom=0;right=0;align=left;spacingLeft=6;overflow=hidden;whiteSpace=wrap;html=1;" value="role_id (bigint)" vertex="1">
          <mxGeometry height="30" width="150" x="30" as="geometry">
            <mxRectangle height="30" width="150" as="alternateBounds" />
          </mxGeometry>
        </mxCell>
        <mxCell id="91b5o-WArCg-NLdb8GTM-89" parent="91b5o-WArCg-NLdb8GTM-82" style="shape=tableRow;horizontal=0;startSize=0;swimlaneHead=0;swimlaneBody=0;fillColor=none;collapsible=0;dropTarget=0;points=[[0,0.5],[1,0.5]];portConstraint=eastwest;top=0;left=0;right=0;bottom=0;" value="" vertex="1">
          <mxGeometry height="30" width="180" y="90" as="geometry" />
        </mxCell>
        <mxCell id="91b5o-WArCg-NLdb8GTM-90" parent="91b5o-WArCg-NLdb8GTM-89" style="shape=partialRectangle;connectable=0;fillColor=none;top=0;left=0;bottom=0;right=0;editable=1;overflow=hidden;whiteSpace=wrap;html=1;" value="" vertex="1">
          <mxGeometry height="30" width="30" as="geometry">
            <mxRectangle height="30" width="30" as="alternateBounds" />
          </mxGeometry>
        </mxCell>
        <mxCell id="91b5o-WArCg-NLdb8GTM-91" parent="91b5o-WArCg-NLdb8GTM-89" style="shape=partialRectangle;connectable=0;fillColor=none;top=0;left=0;bottom=0;right=0;align=left;spacingLeft=6;overflow=hidden;whiteSpace=wrap;html=1;" value="" vertex="1">
          <mxGeometry height="30" width="150" x="30" as="geometry">
            <mxRectangle height="30" width="150" as="alternateBounds" />
          </mxGeometry>
        </mxCell>
        <mxCell id="91b5o-WArCg-NLdb8GTM-92" parent="91b5o-WArCg-NLdb8GTM-82" style="shape=tableRow;horizontal=0;startSize=0;swimlaneHead=0;swimlaneBody=0;fillColor=none;collapsible=0;dropTarget=0;points=[[0,0.5],[1,0.5]];portConstraint=eastwest;top=0;left=0;right=0;bottom=0;" value="" vertex="1">
          <mxGeometry height="30" width="180" y="120" as="geometry" />
        </mxCell>
        <mxCell id="91b5o-WArCg-NLdb8GTM-93" parent="91b5o-WArCg-NLdb8GTM-92" style="shape=partialRectangle;connectable=0;fillColor=none;top=0;left=0;bottom=0;right=0;editable=1;overflow=hidden;whiteSpace=wrap;html=1;" value="" vertex="1">
          <mxGeometry height="30" width="30" as="geometry">
            <mxRectangle height="30" width="30" as="alternateBounds" />
          </mxGeometry>
        </mxCell>
        <mxCell id="91b5o-WArCg-NLdb8GTM-94" parent="91b5o-WArCg-NLdb8GTM-92" style="shape=partialRectangle;connectable=0;fillColor=none;top=0;left=0;bottom=0;right=0;align=left;spacingLeft=6;overflow=hidden;whiteSpace=wrap;html=1;" value="" vertex="1">
          <mxGeometry height="30" width="150" x="30" as="geometry">
            <mxRectangle height="30" width="150" as="alternateBounds" />
          </mxGeometry>
        </mxCell>
-         <mxCell id="91b5o-WArCg-NLdb8GTM-113" parent="1" style="shape=table;startSize=30;container=1;collapsible=1;childLayout=tableLayout;fixedRows=1;rowLines=0;fontStyle=1;align=center;resizeLast=1;html=1;movable=1;resizable=1;rotatable=1;deletable=1;editable=1;locked=0;connectable=1;" value="Table" vertex="1">
-           <mxGeometry height="150" width="180" x="1090" y="660" as="geometry" />
-         </mxCell>
-         <mxCell id="91b5o-WArCg-NLdb8GTM-114" parent="91b5o-WArCg-NLdb8GTM-113" style="shape=tableRow;horizontal=0;startSize=0;swimlaneHead=0;swimlaneBody=0;fillColor=none;collapsible=0;dropTarget=0;points=[[0,0.5],[1,0.5]];portConstraint=eastwest;top=0;left=0;right=0;bottom=1;" value="" vertex="1">
+         <mxCell id="_aFEqdqrtZZ4XcOSwvDG-1" parent="1" style="shape=table;startSize=30;container=1;collapsible=1;childLayout=tableLayout;fixedRows=1;rowLines=0;fontStyle=1;align=center;resizeLast=1;html=1;" value="Table" vertex="1">
+           <mxGeometry height="150" width="180" x="1080" y="650" as="geometry" />
+         </mxCell>
+         <mxCell id="_aFEqdqrtZZ4XcOSwvDG-2" parent="_aFEqdqrtZZ4XcOSwvDG-1" style="shape=tableRow;horizontal=0;startSize=0;swimlaneHead=0;swimlaneBody=0;fillColor=none;collapsible=0;dropTarget=0;points=[[0,0.5],[1,0.5]];portConstraint=eastwest;top=0;left=0;right=0;bottom=1;" value="" vertex="1">
          <mxGeometry height="30" width="180" y="30" as="geometry" />
        </mxCell>
-         <mxCell id="91b5o-WArCg-NLdb8GTM-115" parent="91b5o-WArCg-NLdb8GTM-114" style="shape=partialRectangle;connectable=0;fillColor=none;top=0;left=0;bottom=0;right=0;fontStyle=1;overflow=hidden;whiteSpace=wrap;html=1;" value="PK" vertex="1">
-           <mxGeometry height="30" width="30" as="geometry">
-             <mxRectangle height="30" width="30" as="alternateBounds" />
-           </mxGeometry>
-         </mxCell>
-         <mxCell id="91b5o-WArCg-NLdb8GTM-116" parent="91b5o-WArCg-NLdb8GTM-114" style="shape=partialRectangle;connectable=0;fillColor=none;top=0;left=0;bottom=0;right=0;align=left;spacingLeft=6;fontStyle=5;overflow=hidden;whiteSpace=wrap;html=1;" value="UniqueID" vertex="1">
-           <mxGeometry height="30" width="150" x="30" as="geometry">
-             <mxRectangle height="30" width="150" as="alternateBounds" />
-           </mxGeometry>
-         </mxCell>
-         <mxCell id="91b5o-WArCg-NLdb8GTM-117" parent="91b5o-WArCg-NLdb8GTM-113" style="shape=tableRow;horizontal=0;startSize=0;swimlaneHead=0;swimlaneBody=0;fillColor=none;collapsible=0;dropTarget=0;points=[[0,0.5],[1,0.5]];portConstraint=eastwest;top=0;left=0;right=0;bottom=0;" value="" vertex="1">
+         <mxCell id="_aFEqdqrtZZ4XcOSwvDG-3" parent="_aFEqdqrtZZ4XcOSwvDG-2" style="shape=partialRectangle;connectable=0;fillColor=none;top=0;left=0;bottom=0;right=0;fontStyle=1;overflow=hidden;whiteSpace=wrap;html=1;" value="PK" vertex="1">
+           <mxGeometry height="30" width="30" as="geometry">
+             <mxRectangle height="30" width="30" as="alternateBounds" />
+           </mxGeometry>
+         </mxCell>
+         <mxCell id="_aFEqdqrtZZ4XcOSwvDG-4" parent="_aFEqdqrtZZ4XcOSwvDG-2" style="shape=partialRectangle;connectable=0;fillColor=none;top=0;left=0;bottom=0;right=0;align=left;spacingLeft=6;fontStyle=5;overflow=hidden;whiteSpace=wrap;html=1;" value="UniqueID" vertex="1">
+           <mxGeometry height="30" width="150" x="30" as="geometry">
+             <mxRectangle height="30" width="150" as="alternateBounds" />
+           </mxGeometry>
+         </mxCell>
+         <mxCell id="_aFEqdqrtZZ4XcOSwvDG-5" parent="_aFEqdqrtZZ4XcOSwvDG-1" style="shape=tableRow;horizontal=0;startSize=0;swimlaneHead=0;swimlaneBody=0;fillColor=none;collapsible=0;dropTarget=0;points=[[0,0.5],[1,0.5]];portConstraint=eastwest;top=0;left=0;right=0;bottom=0;" value="" vertex="1">
          <mxGeometry height="30" width="180" y="60" as="geometry" />
        </mxCell>
-         <mxCell id="91b5o-WArCg-NLdb8GTM-118" parent="91b5o-WArCg-NLdb8GTM-117" style="shape=partialRectangle;connectable=0;fillColor=none;top=0;left=0;bottom=0;right=0;editable=1;overflow=hidden;whiteSpace=wrap;html=1;" value="" vertex="1">
-           <mxGeometry height="30" width="30" as="geometry">
-             <mxRectangle height="30" width="30" as="alternateBounds" />
-           </mxGeometry>
-         </mxCell>
-         <mxCell id="91b5o-WArCg-NLdb8GTM-119" parent="91b5o-WArCg-NLdb8GTM-117" style="shape=partialRectangle;connectable=0;fillColor=none;top=0;left=0;bottom=0;right=0;align=left;spacingLeft=6;overflow=hidden;whiteSpace=wrap;html=1;points=[[0,0,0,0,0],[0,0.25,0,0,0],[0,0.5,0,0,0],[0,0.75,0,0,0],[0,1,0,0,0],[0.25,0,0,0,0],[0.25,1,0,0,0],[0.5,0,0,0,0],[0.5,1,0,0,0],[0.75,0,0,0,0],[0.75,1,0,0,0],[1,0,0,0,0],[1,0.25,0,0,0],[1,0.5,0,0,0],[1,0.75,0,0,0],[1,1,0,0,0]];" value="" vertex="1">
-           <mxGeometry height="30" width="150" x="30" as="geometry">
-             <mxRectangle height="30" width="150" as="alternateBounds" />
-           </mxGeometry>
-         </mxCell>
-         <mxCell id="91b5o-WArCg-NLdb8GTM-120" parent="91b5o-WArCg-NLdb8GTM-113" style="shape=tableRow;horizontal=0;startSize=0;swimlaneHead=0;swimlaneBody=0;fillColor=none;collapsible=0;dropTarget=0;points=[[0,0.5],[1,0.5]];portConstraint=eastwest;top=0;left=0;right=0;bottom=0;miterlimit=3;" value="" vertex="1">
+         <mxCell id="_aFEqdqrtZZ4XcOSwvDG-6" parent="_aFEqdqrtZZ4XcOSwvDG-5" style="shape=partialRectangle;connectable=0;fillColor=none;top=0;left=0;bottom=0;right=0;editable=1;overflow=hidden;whiteSpace=wrap;html=1;" value="" vertex="1">
+           <mxGeometry height="30" width="30" as="geometry">
+             <mxRectangle height="30" width="30" as="alternateBounds" />
+           </mxGeometry>
+         </mxCell>
+         <mxCell id="_aFEqdqrtZZ4XcOSwvDG-7" parent="_aFEqdqrtZZ4XcOSwvDG-5" style="shape=partialRectangle;connectable=0;fillColor=none;top=0;left=0;bottom=0;right=0;align=left;spacingLeft=6;overflow=hidden;whiteSpace=wrap;html=1;" value="Row 1" vertex="1">
+           <mxGeometry height="30" width="150" x="30" as="geometry">
+             <mxRectangle height="30" width="150" as="alternateBounds" />
+           </mxGeometry>
+         </mxCell>
+         <mxCell id="_aFEqdqrtZZ4XcOSwvDG-8" parent="_aFEqdqrtZZ4XcOSwvDG-1" style="shape=tableRow;horizontal=0;startSize=0;swimlaneHead=0;swimlaneBody=0;fillColor=none;collapsible=0;dropTarget=0;points=[[0,0.5],[1,0.5]];portConstraint=eastwest;top=0;left=0;right=0;bottom=0;" value="" vertex="1">
          <mxGeometry height="30" width="180" y="90" as="geometry" />
        </mxCell>
-         <mxCell id="91b5o-WArCg-NLdb8GTM-121" parent="91b5o-WArCg-NLdb8GTM-120" style="shape=partialRectangle;connectable=0;fillColor=none;top=0;left=0;bottom=0;right=0;editable=1;overflow=hidden;whiteSpace=wrap;html=1;" value="" vertex="1">
-           <mxGeometry height="30" width="30" as="geometry">
-             <mxRectangle height="30" width="30" as="alternateBounds" />
-           </mxGeometry>
-         </mxCell>
-         <mxCell id="91b5o-WArCg-NLdb8GTM-122" parent="91b5o-WArCg-NLdb8GTM-120" style="shape=partialRectangle;connectable=0;fillColor=none;top=0;left=0;bottom=0;right=0;align=left;spacingLeft=6;overflow=hidden;whiteSpace=wrap;html=1;miterlimit=2;" value="" vertex="1">
-           <mxGeometry height="30" width="150" x="30" as="geometry">
-             <mxRectangle height="30" width="150" as="alternateBounds" />
-           </mxGeometry>
-         </mxCell>
-         <mxCell id="91b5o-WArCg-NLdb8GTM-123" parent="91b5o-WArCg-NLdb8GTM-113" style="shape=tableRow;horizontal=0;startSize=0;swimlaneHead=0;swimlaneBody=0;fillColor=none;collapsible=0;dropTarget=0;points=[[0,0.5],[1,0.5]];portConstraint=eastwest;top=0;left=0;right=0;bottom=0;" value="" vertex="1">
+         <mxCell id="_aFEqdqrtZZ4XcOSwvDG-9" parent="_aFEqdqrtZZ4XcOSwvDG-8" style="shape=partialRectangle;connectable=0;fillColor=none;top=0;left=0;bottom=0;right=0;editable=1;overflow=hidden;whiteSpace=wrap;html=1;" value="" vertex="1">
+           <mxGeometry height="30" width="30" as="geometry">
+             <mxRectangle height="30" width="30" as="alternateBounds" />
+           </mxGeometry>
+         </mxCell>
+         <mxCell id="_aFEqdqrtZZ4XcOSwvDG-10" parent="_aFEqdqrtZZ4XcOSwvDG-8" style="shape=partialRectangle;connectable=0;fillColor=none;top=0;left=0;bottom=0;right=0;align=left;spacingLeft=6;overflow=hidden;whiteSpace=wrap;html=1;" value="Row 2" vertex="1">
+           <mxGeometry height="30" width="150" x="30" as="geometry">
+             <mxRectangle height="30" width="150" as="alternateBounds" />
+           </mxGeometry>
+         </mxCell>
+         <mxCell id="_aFEqdqrtZZ4XcOSwvDG-11" parent="_aFEqdqrtZZ4XcOSwvDG-1" style="shape=tableRow;horizontal=0;startSize=0;swimlaneHead=0;swimlaneBody=0;fillColor=none;collapsible=0;dropTarget=0;points=[[0,0.5],[1,0.5]];portConstraint=eastwest;top=0;left=0;right=0;bottom=0;" value="" vertex="1">
          <mxGeometry height="30" width="180" y="120" as="geometry" />
        </mxCell>
-         <mxCell id="91b5o-WArCg-NLdb8GTM-124" parent="91b5o-WArCg-NLdb8GTM-123" style="shape=partialRectangle;connectable=0;fillColor=none;top=0;left=0;bottom=0;right=0;editable=1;overflow=hidden;whiteSpace=wrap;html=1;" value="" vertex="1">
-           <mxGeometry height="30" width="180" as="geometry">
-             <mxRectangle height="30" width="180" as="alternateBounds" />
+         <mxCell id="_aFEqdqrtZZ4XcOSwvDG-12" parent="_aFEqdqrtZZ4XcOSwvDG-11" style="shape=partialRectangle;connectable=0;fillColor=none;top=0;left=0;bottom=0;right=0;editable=1;overflow=hidden;whiteSpace=wrap;html=1;" value="" vertex="1">
+           <mxGeometry height="30" width="30" as="geometry">
+             <mxRectangle height="30" width="30" as="alternateBounds" />
+           </mxGeometry>
+         </mxCell>
+         <mxCell id="_aFEqdqrtZZ4XcOSwvDG-13" parent="_aFEqdqrtZZ4XcOSwvDG-11" style="shape=partialRectangle;connectable=0;fillColor=none;top=0;left=0;bottom=0;right=0;align=left;spacingLeft=6;overflow=hidden;whiteSpace=wrap;html=1;" value="" vertex="1">
+           <mxGeometry height="30" width="150" x="30" as="geometry">
+             <mxRectangle height="30" width="150" as="alternateBounds" />
+           </mxGeometry>
+         </mxCell>
+         <mxCell id="_aFEqdqrtZZ4XcOSwvDG-17" parent="1" style="shape=table;startSize=0;container=1;collapsible=1;childLayout=tableLayout;fixedRows=1;rowLines=0;fontStyle=0;align=center;resizeLast=1;strokeColor=default;fillColor=default;collapsible=0;swimlaneFillColor=default;" value="" vertex="1">
+           <mxGeometry height="60" width="180" x="530" y="830" as="geometry" />
+         </mxCell>
+         <mxCell id="_aFEqdqrtZZ4XcOSwvDG-25" parent="_aFEqdqrtZZ4XcOSwvDG-17" style="shape=tableRow;horizontal=0;startSize=0;swimlaneHead=0;swimlaneBody=0;fillColor=none;collapsible=0;dropTarget=0;points=[[0,0.5],[1,0.5]];portConstraint=eastwest;top=0;left=0;right=0;bottom=0;" value="" vertex="1">
+           <mxGeometry height="30" width="180" as="geometry" />
+         </mxCell>
+         <mxCell id="_aFEqdqrtZZ4XcOSwvDG-26" parent="_aFEqdqrtZZ4XcOSwvDG-25" style="shape=partialRectangle;connectable=0;fillColor=none;top=0;left=0;bottom=0;right=0;fontStyle=0;overflow=hidden;whiteSpace=wrap;html=1;" value="FK" vertex="1">
+           <mxGeometry height="30" width="30" as="geometry">
+             <mxRectangle height="30" width="30" as="alternateBounds" />
+           </mxGeometry>
+         </mxCell>
+         <mxCell id="_aFEqdqrtZZ4XcOSwvDG-27" parent="_aFEqdqrtZZ4XcOSwvDG-25" style="shape=partialRectangle;connectable=0;fillColor=none;top=0;left=0;bottom=0;right=0;align=left;spacingLeft=6;fontStyle=0;overflow=hidden;whiteSpace=wrap;html=1;" value="UniqueID" vertex="1">
+           <mxGeometry height="30" width="150" x="30" as="geometry">
+             <mxRectangle height="30" width="150" as="alternateBounds" />
+           </mxGeometry>
+         </mxCell>
+         <mxCell id="_aFEqdqrtZZ4XcOSwvDG-21" parent="_aFEqdqrtZZ4XcOSwvDG-17" style="shape=tableRow;horizontal=0;startSize=0;swimlaneHead=0;swimlaneBody=0;fillColor=default;collapsible=0;dropTarget=0;points=[[0,0.5,0,0,0],[1,0.5,0,0,0]];portConstraint=eastwest;top=0;left=0;right=0;bottom=1;swimlaneFillColor=default;" value="" vertex="1">
+           <mxGeometry height="30" width="180" y="30" as="geometry" />
+         </mxCell>
+         <mxCell id="_aFEqdqrtZZ4XcOSwvDG-22" parent="_aFEqdqrtZZ4XcOSwvDG-21" style="shape=partialRectangle;connectable=0;fillColor=none;top=0;left=0;bottom=0;right=0;fontStyle=1;overflow=hidden;whiteSpace=wrap;html=1;" value="" vertex="1">
+           <mxGeometry height="30" width="30" as="geometry">
+             <mxRectangle height="30" width="30" as="alternateBounds" />
+           </mxGeometry>
+         </mxCell>
+         <mxCell id="_aFEqdqrtZZ4XcOSwvDG-23" parent="_aFEqdqrtZZ4XcOSwvDG-21" style="shape=partialRectangle;connectable=0;fillColor=none;top=0;left=0;bottom=0;right=0;align=left;spacingLeft=6;fontStyle=5;overflow=hidden;whiteSpace=wrap;html=1;" value="" vertex="1">
+           <mxGeometry height="30" width="150" x="30" as="geometry">
+             <mxRectangle height="30" width="150" as="alternateBounds" />
          </mxGeometry>
        </mxCell>
      </root>
    </mxGraphModel>
  </diagram>
</mxfile>
